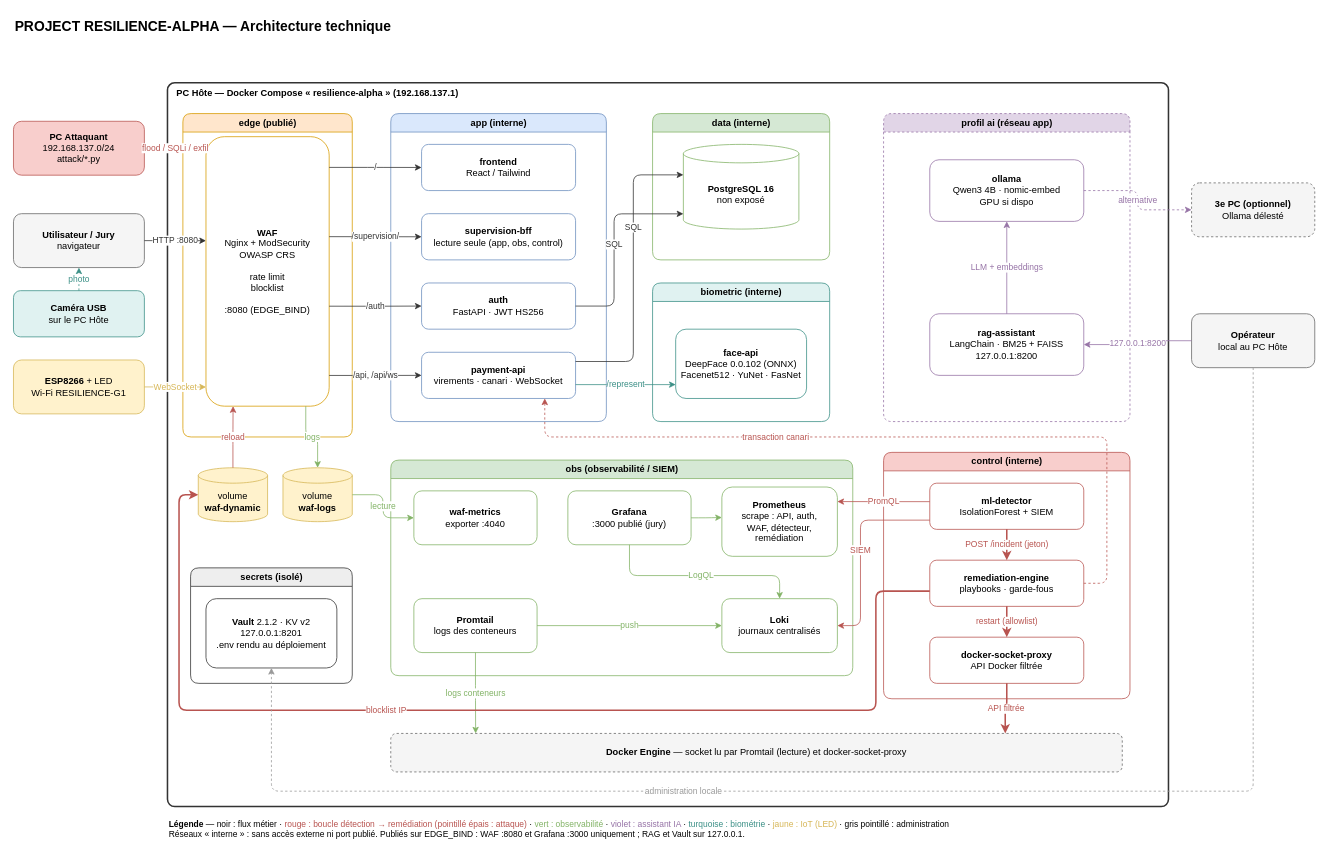
Earlier version of the draw.io diagram docs/diagrams/architecture.drawio (Rococo77/Workshop-26). Source tidied: cells renumbered, new cells numbered last; positions are measured from the earlier drawing's top-left corner, leaving out a move shared by most shapes. Both pictures are drawn from the tidied source at 77%, with x=0, y=0 at pixel (13, 13).
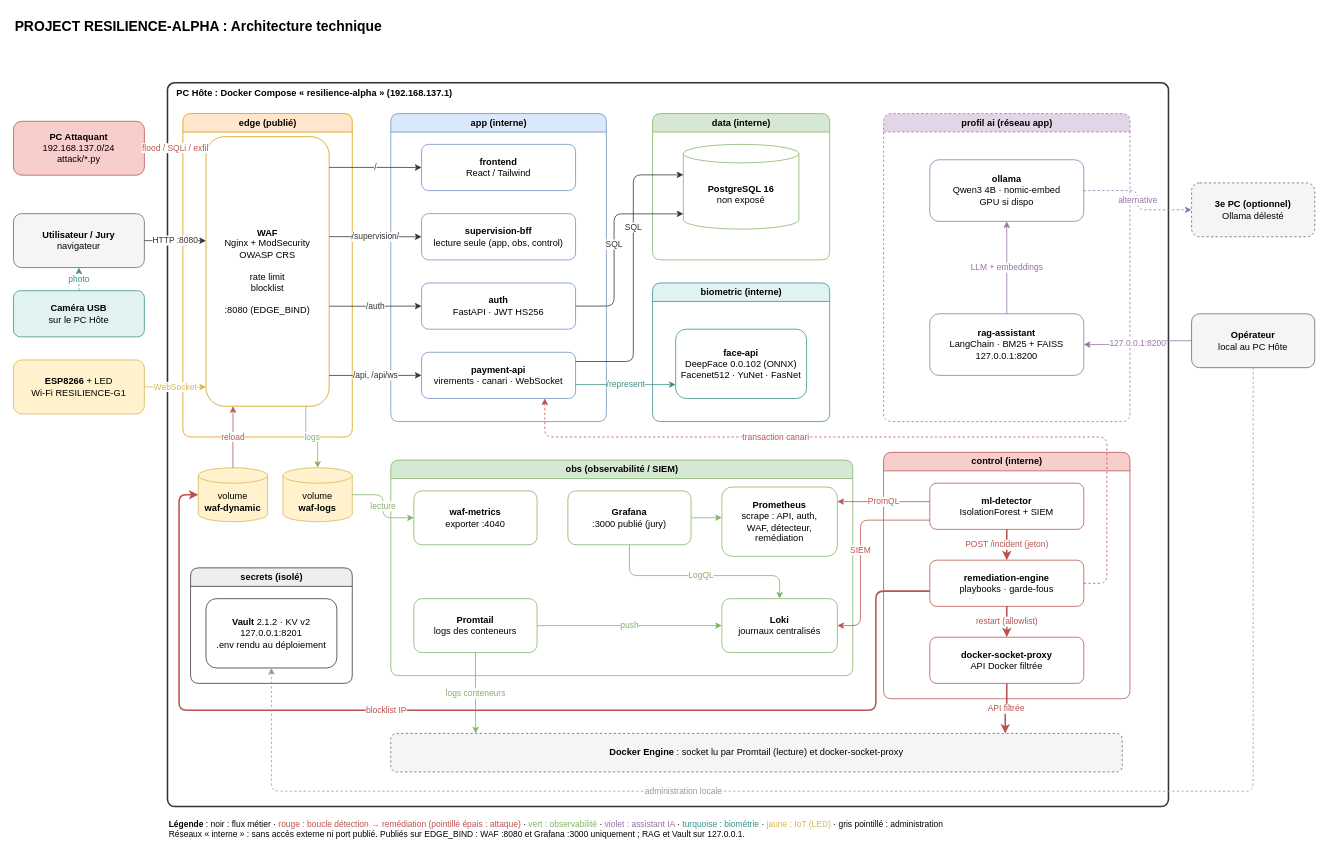
The same diagram, later.

Diff of the diagram source:
```diff
@@
-    <mxCell id="2" value="&lt;b&gt;PROJECT RESILIENCE-ALPHA — Architecture technique&lt;/b&gt;" style="text;html=1;whiteSpace=wrap;align=left;verticalAlign=top;fontSize=18;" parent="1" vertex="1">
+    <mxCell id="2" value="&lt;b&gt;PROJECT RESILIENCE-ALPHA : Architecture technique&lt;/b&gt;" style="text;html=1;whiteSpace=wrap;align=left;verticalAlign=top;fontSize=18;" parent="1" vertex="1">
       <mxGeometry width="1680" height="30" as="geometry" />
     </mxCell>
-    <mxCell id="3" value="&lt;b&gt;PC Hôte — Docker Compose « resilience-alpha » (192.168.137.1)&lt;/b&gt;" style="rounded=1;whiteSpace=wrap;html=1;fillColor=#ffffff;strokeColor=#333333;verticalAlign=top;align=left;spacingLeft=10;arcSize=1;fillColor=none;strokeWidth=2;" parent="1" vertex="1">
+    <mxCell id="3" value="&lt;b&gt;PC Hôte : Docker Compose « resilience-alpha » (192.168.137.1)&lt;/b&gt;" style="rounded=1;whiteSpace=wrap;html=1;fillColor=#ffffff;strokeColor=#333333;verticalAlign=top;align=left;spacingLeft=10;arcSize=1;fillColor=none;strokeWidth=2;" parent="1" vertex="1">
       <mxGeometry x="200" y="90" width="1300" height="940" as="geometry" />
     </mxCell>
@@
-    <mxCell id="38" value="&lt;b&gt;Docker Engine&lt;/b&gt; — socket lu par Promtail (lecture) et docker-socket-proxy" style="rounded=1;whiteSpace=wrap;html=1;fillColor=#f5f5f5;strokeColor=#666666;dashed=1;" parent="1" vertex="1">
+    <mxCell id="38" value="&lt;b&gt;Docker Engine&lt;/b&gt; : socket lu par Promtail (lecture) et docker-socket-proxy" style="rounded=1;whiteSpace=wrap;html=1;fillColor=#f5f5f5;strokeColor=#666666;dashed=1;" parent="1" vertex="1">
       <mxGeometry x="490" y="935" width="950" height="50" as="geometry" />
     </mxCell>
@@
-    <mxCell id="68" value="&lt;b&gt;Légende&lt;/b&gt; — noir : flux métier · &lt;font color=&quot;#b85450&quot;&gt;rouge : boucle détection → remédiation (pointillé épais : attaque)&lt;/font&gt; · &lt;font color=&quot;#82b366&quot;&gt;vert : observabilité&lt;/font&gt; · &lt;font color=&quot;#9673a6&quot;&gt;violet : assistant IA&lt;/font&gt; · &lt;font color=&quot;#3b8f86&quot;&gt;turquoise : biométrie&lt;/font&gt; · &lt;font color=&quot;#d6b656&quot;&gt;jaune : IoT (LED)&lt;/font&gt; · gris pointillé : administration&lt;br&gt;Réseaux « interne » : sans accès externe ni port publié. Publiés sur EDGE_BIND : WAF :8080 et Grafana :3000 uniquement ; RAG et Vault sur 127.0.0.1." style="text;html=1;whiteSpace=wrap;align=left;verticalAlign=top;fontSize=11;" parent="1" vertex="1">
+    <mxCell id="68" value="&lt;b&gt;Légende&lt;/b&gt; : noir : flux métier · &lt;font color=&quot;#b85450&quot;&gt;rouge : boucle détection → remédiation (pointillé épais : attaque)&lt;/font&gt; · &lt;font color=&quot;#82b366&quot;&gt;vert : observabilité&lt;/font&gt; · &lt;font color=&quot;#9673a6&quot;&gt;violet : assistant IA&lt;/font&gt; · &lt;font color=&quot;#3b8f86&quot;&gt;turquoise : biométrie&lt;/font&gt; · &lt;font color=&quot;#d6b656&quot;&gt;jaune : IoT (LED)&lt;/font&gt; · gris pointillé : administration&lt;br&gt;Réseaux « interne » : sans accès externe ni port publié. Publiés sur EDGE_BIND : WAF :8080 et Grafana :3000 uniquement ; RAG et Vault sur 127.0.0.1." style="text;html=1;whiteSpace=wrap;align=left;verticalAlign=top;fontSize=11;" parent="1" vertex="1">
       <mxGeometry x="200" y="1040" width="1300" height="50" as="geometry" />
     </mxCell>
```
